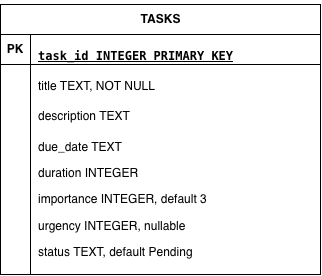
Above: database/ER-diagram.png in LTDLZ/smart-to-do-assistant (draw.io), before the change. Source tidied: cells renumbered, new cells last; positions are measured from the earlier drawing's top-left corner, leaving out a move shared by most shapes. Its diagram source:
```xml
<mxGraphModel>
  <root>
    <mxCell id="0" />
    <mxCell id="1" parent="0" />
    <mxCell id="2" value="&lt;div&gt;&lt;p&gt;&lt;strong&gt;TASKS&lt;/strong&gt;&lt;/p&gt;&lt;/div&gt;&lt;div&gt;&lt;div&gt;&lt;/div&gt;&lt;/div&gt;" style="shape=table;startSize=30;rowLines=0;fontStyle=1;align=center;html=1;" parent="1" vertex="1">
      <mxGeometry width="320" height="270" as="geometry" />
    </mxCell>
    <mxCell id="3" style="shape=tableRow;horizontal=0;startSize=0;swimlaneHead=0;swimlaneBody=0;fillColor=none;top=0;left=0;right=0;bottom=1;" parent="2" vertex="1">
      <mxGeometry y="30" width="320" height="30" as="geometry" />
    </mxCell>
    <mxCell id="4" value="PK" style="shape=partialRectangle;fillColor=none;top=0;left=0;bottom=0;right=0;fontStyle=1;overflow=hidden;whiteSpace=wrap;html=1;" parent="3" vertex="1">
      <mxGeometry width="30" height="30" as="geometry" />
    </mxCell>
    <mxCell id="5" value="&lt;p&gt;&lt;code&gt;task_id INTEGER PRIMARY KEY&lt;/code&gt;&lt;/p&gt;&lt;p&gt;&lt;/p&gt;" style="shape=partialRectangle;fillColor=none;top=0;left=0;bottom=0;right=0;align=left;spacingLeft=6;fontStyle=5;overflow=hidden;whiteSpace=wrap;html=1;" parent="3" vertex="1">
      <mxGeometry x="30" width="290" height="30" as="geometry" />
    </mxCell>
    <mxCell id="6" style="shape=tableRow;horizontal=0;startSize=0;swimlaneHead=0;swimlaneBody=0;fillColor=none;top=0;left=0;right=0;bottom=0;" parent="2" vertex="1">
      <mxGeometry y="60" width="320" height="30" as="geometry" />
    </mxCell>
    <mxCell id="7" style="shape=partialRectangle;fillColor=none;top=0;left=0;bottom=0;right=0;overflow=hidden;whiteSpace=wrap;html=1;" parent="6" vertex="1">
      <mxGeometry width="30" height="30" as="geometry" />
    </mxCell>
    <mxCell id="8" value="&lt;p&gt;&lt;span&gt;title&lt;/span&gt; &lt;span&gt;TEXT, NOT NULL&lt;/span&gt;&lt;/p&gt;" style="shape=partialRectangle;fillColor=none;top=0;left=0;bottom=0;right=0;align=left;spacingLeft=6;overflow=hidden;whiteSpace=wrap;html=1;" parent="6" vertex="1">
      <mxGeometry x="30" width="290" height="30" as="geometry" />
    </mxCell>
    <mxCell id="9" style="shape=tableRow;horizontal=0;startSize=0;swimlaneHead=0;swimlaneBody=0;fillColor=none;top=0;left=0;right=0;bottom=0;" parent="2" vertex="1">
      <mxGeometry y="90" width="320" height="30" as="geometry" />
    </mxCell>
    <mxCell id="10" style="shape=partialRectangle;fillColor=none;top=0;left=0;bottom=0;right=0;overflow=hidden;whiteSpace=wrap;html=1;" parent="9" vertex="1">
      <mxGeometry width="30" height="30" as="geometry" />
    </mxCell>
    <mxCell id="11" value="&lt;p&gt;&lt;span&gt;description&lt;/span&gt; &lt;span&gt;TEXT&lt;/span&gt;&lt;/p&gt;" style="shape=partialRectangle;fillColor=none;top=0;left=0;bottom=0;right=0;align=left;spacingLeft=6;overflow=hidden;whiteSpace=wrap;html=1;" parent="9" vertex="1">
      <mxGeometry x="30" width="290" height="30" as="geometry" />
    </mxCell>
    <mxCell id="12" style="shape=tableRow;horizontal=0;startSize=0;swimlaneHead=0;swimlaneBody=0;fillColor=none;top=0;left=0;right=0;bottom=0;" parent="2" vertex="1">
      <mxGeometry y="120" width="320" height="150" as="geometry" />
    </mxCell>
    <mxCell id="13" value="&amp;nbsp; &lt;div&gt;&lt;br&gt;&lt;/div&gt;" style="shape=partialRectangle;fillColor=none;top=0;left=0;bottom=0;right=0;overflow=hidden;whiteSpace=wrap;html=1;" parent="12" vertex="1">
      <mxGeometry width="30" height="150" as="geometry" />
    </mxCell>
    <mxCell id="14" value="&lt;div&gt;&lt;p&gt;&lt;span&gt;due_date&lt;/span&gt; &lt;span&gt;TEXT&lt;/span&gt;&lt;/p&gt;&lt;/div&gt;&lt;div&gt;&lt;p&gt;&lt;span&gt;duration&lt;/span&gt; &lt;span&gt;INTEGER&lt;/span&gt;&lt;/p&gt;&lt;/div&gt;&lt;div&gt;&lt;p&gt;&lt;span&gt;importance&lt;/span&gt; &lt;span&gt;INTEGER, default 3&lt;/span&gt;&lt;/p&gt;&lt;/div&gt;&lt;div&gt;&lt;p&gt;&lt;span&gt;urgency&lt;/span&gt; &lt;span&gt;INTEGER, nullable&lt;/span&gt;&lt;/p&gt;&lt;/div&gt;&lt;div&gt;&lt;p&gt;&lt;span&gt;status&lt;/span&gt; &lt;span&gt;TEXT, default Pending&lt;/span&gt;&lt;/p&gt;&lt;/div&gt;" style="shape=partialRectangle;fillColor=none;top=0;left=0;bottom=0;right=0;align=left;spacingLeft=6;overflow=hidden;whiteSpace=wrap;html=1;" parent="12" vertex="1">
      <mxGeometry x="30" width="290" height="150" as="geometry" />
    </mxCell>
  </root>
</mxGraphModel>
```
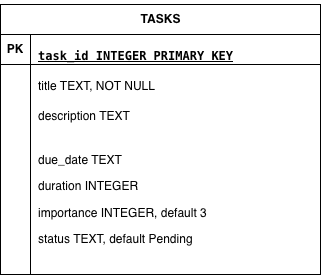
Above is the later version.

Commit message:
Update database schema and ER diagram to remove stored urgency

Diff of the diagram source:
```diff
@@ -38,7 +38,7 @@
     <mxCell id="13" value="&amp;nbsp; &lt;div&gt;&lt;br&gt;&lt;/div&gt;" style="shape=partialRectangle;fillColor=none;top=0;left=0;bottom=0;right=0;overflow=hidden;whiteSpace=wrap;html=1;" parent="12" vertex="1">
       <mxGeometry width="30" height="150" as="geometry" />
     </mxCell>
-    <mxCell id="14" value="&lt;div&gt;&lt;p&gt;&lt;span&gt;due_date&lt;/span&gt; &lt;span&gt;TEXT&lt;/span&gt;&lt;/p&gt;&lt;/div&gt;&lt;div&gt;&lt;p&gt;&lt;span&gt;duration&lt;/span&gt; &lt;span&gt;INTEGER&lt;/span&gt;&lt;/p&gt;&lt;/div&gt;&lt;div&gt;&lt;p&gt;&lt;span&gt;importance&lt;/span&gt; &lt;span&gt;INTEGER, default 3&lt;/span&gt;&lt;/p&gt;&lt;/div&gt;&lt;div&gt;&lt;p&gt;&lt;span&gt;urgency&lt;/span&gt; &lt;span&gt;INTEGER, nullable&lt;/span&gt;&lt;/p&gt;&lt;/div&gt;&lt;div&gt;&lt;p&gt;&lt;span&gt;status&lt;/span&gt; &lt;span&gt;TEXT, default Pending&lt;/span&gt;&lt;/p&gt;&lt;/div&gt;" style="shape=partialRectangle;fillColor=none;top=0;left=0;bottom=0;right=0;align=left;spacingLeft=6;overflow=hidden;whiteSpace=wrap;html=1;" parent="12" vertex="1">
+    <mxCell id="14" value="&lt;div&gt;&lt;p&gt;&lt;span&gt;due_date&lt;/span&gt; &lt;span&gt;TEXT&lt;/span&gt;&lt;/p&gt;&lt;/div&gt;&lt;div&gt;&lt;p&gt;&lt;span&gt;duration&lt;/span&gt; &lt;span&gt;INTEGER&lt;/span&gt;&lt;/p&gt;&lt;/div&gt;&lt;div&gt;&lt;p&gt;&lt;span&gt;importance&lt;/span&gt; &lt;span&gt;INTEGER, default 3&lt;/span&gt;&lt;/p&gt;&lt;/div&gt;&lt;div&gt;&lt;p&gt;&lt;span style=&quot;background-color: transparent; color: light-dark(#000000, var(--ge-light-color, #ffffff));&quot;&gt;status&lt;/span&gt;&lt;span style=&quot;background-color: transparent; color: light-dark(#000000, var(--ge-light-color, #ffffff));&quot;&gt; &lt;/span&gt;&lt;span style=&quot;background-color: transparent; color: light-dark(#000000, var(--ge-light-color, #ffffff));&quot;&gt;TEXT, default Pending&lt;/span&gt;&lt;/p&gt;&lt;/div&gt;" style="shape=partialRectangle;fillColor=none;top=0;left=0;bottom=0;right=0;align=left;spacingLeft=6;overflow=hidden;whiteSpace=wrap;html=1;" parent="12" vertex="1">
       <mxGeometry x="30" width="290" height="150" as="geometry" />
     </mxCell>
   </root>
```
